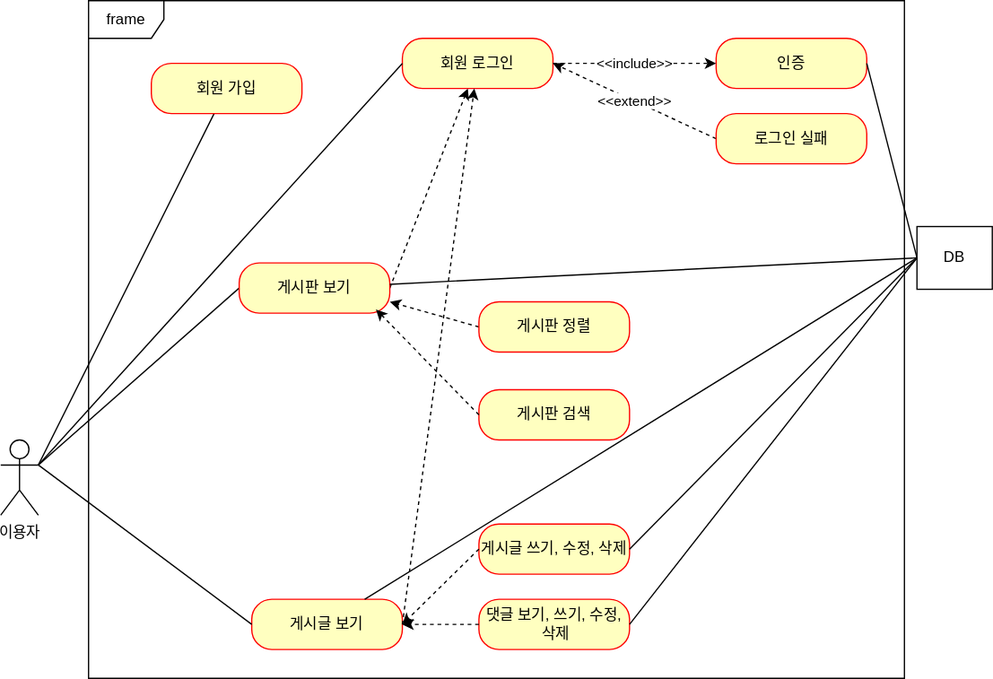
Earlier version of the draw.io export document/use-case.svg (ddangme/board). Source tidied: cells renumbered, new cells last; positions are measured from the earlier drawing's top-left corner, leaving out a move shared by most shapes.
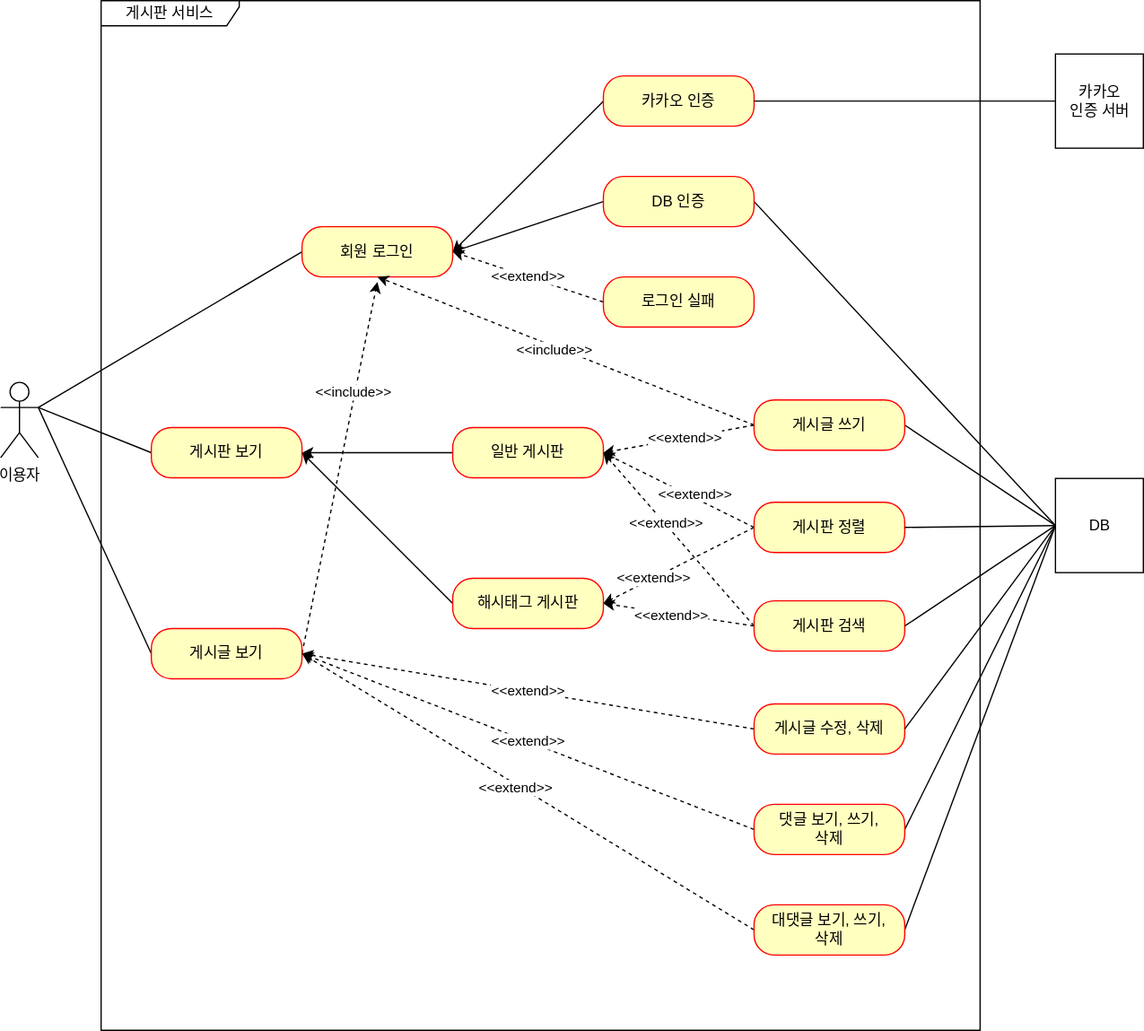
The same file after the commit.

Commit message:
docs: use-case update

#36

Diff of the diagram source:
```diff
@@ -2,101 +2,177 @@
   <root>
     <mxCell id="0" />
     <mxCell id="1" parent="0" />
-    <mxCell id="2" style="rounded=0;jettySize=auto;html=1;strokeColor=default;endArrow=none;endFill=0;" parent="1" edge="1" target="6">
-      <mxGeometry relative="1" as="geometry">
-        <mxPoint x="30" y="370" as="sourcePoint" />
-      </mxGeometry>
-    </mxCell>
-    <mxCell id="3" style="rounded=0;jettySize=auto;html=1;exitX=1;exitY=0.3333333333333333;exitDx=0;exitDy=0;exitPerimeter=0;entryX=0;entryY=0.5;entryDx=0;entryDy=0;endArrow=none;endFill=0;" parent="1" edge="1" source="4" target="8">
-      <mxGeometry relative="1" as="geometry" />
-    </mxCell>
     <mxCell id="4" value="이용자" style="shape=umlActor;verticalLabelPosition=bottom;verticalAlign=top;html=1;" parent="1" vertex="1">
-      <mxGeometry y="350" width="30" height="60" as="geometry" />
+      <mxGeometry x="20" y="384" width="30" height="60" as="geometry" />
     </mxCell>
-    <mxCell id="5" value="frame" style="shape=umlFrame;whiteSpace=wrap;html=1;" parent="1" vertex="1">
-      <mxGeometry x="70" width="650" height="540" as="geometry" />
-    </mxCell>
-    <mxCell id="6" value="회원 가입" style="rounded=1;whiteSpace=wrap;html=1;arcSize=40;fontColor=#000000;fillColor=#ffffc0;strokeColor=#ff0000;" parent="1" vertex="1">
-      <mxGeometry x="120" y="50" width="120" height="40" as="geometry" />
-    </mxCell>
-    <mxCell id="7" style="rounded=0;jettySize=auto;html=1;exitX=1;exitY=0.5;exitDx=0;exitDy=0;dashed=1;" parent="1" edge="1" source="8" target="10">
-      <mxGeometry relative="1" as="geometry" />
-    </mxCell>
+    <mxCell id="32" value="게시판 서비스" style="shape=umlFrame;whiteSpace=wrap;html=1;width=110;height=20;" parent="1" vertex="1">
+      <mxGeometry x="100" y="80" width="700" height="820" as="geometry" />
+    </mxCell>
+    <mxCell id="33" style="rounded=0;jettySize=auto;html=1;exitX=0;exitY=0.5;exitDx=0;exitDy=0;entryX=1;entryY=0.5;entryDx=0;entryDy=0;" parent="1" edge="1" source="34" target="8">
+      <mxGeometry relative="1" as="geometry" />
+    </mxCell>
+    <mxCell id="34" value="일반 게시판" style="rounded=1;whiteSpace=wrap;html=1;arcSize=40;fontColor=#000000;fillColor=#ffffc0;strokeColor=#ff0000;" parent="1" vertex="1">
+      <mxGeometry x="380" y="420" width="120" height="40" as="geometry" />
+    </mxCell>
+    <mxCell id="35" style="edgeStyle=none;rounded=0;jettySize=auto;html=1;exitX=0;exitY=0.5;exitDx=0;exitDy=0;entryX=1;entryY=0.3333333333333333;entryDx=0;entryDy=0;entryPerimeter=0;endArrow=none;endFill=0;" parent="1" edge="1" source="8" target="4">
+      <mxGeometry relative="1" as="geometry" />
+    </mxCell>
     <mxCell id="8" value="게시판 보기" style="rounded=1;whiteSpace=wrap;html=1;arcSize=40;fontColor=#000000;fillColor=#ffffc0;strokeColor=#ff0000;" parent="1" vertex="1">
-      <mxGeometry x="190" y="209" width="120" height="40" as="geometry" />
+      <mxGeometry x="140" y="420" width="120" height="40" as="geometry" />
     </mxCell>
+    <mxCell id="36" style="edgeStyle=none;rounded=0;jettySize=auto;html=1;exitX=0;exitY=0.5;exitDx=0;exitDy=0;endArrow=none;endFill=0;" parent="1" edge="1" source="9">
+      <mxGeometry relative="1" as="geometry">
+        <mxPoint x="50" y="404" as="targetPoint" />
+      </mxGeometry>
+    </mxCell>
+    <mxCell id="37" style="edgeStyle=none;rounded=0;jettySize=auto;html=1;exitX=1;exitY=0.5;exitDx=0;exitDy=0;dashed=1;endArrow=classic;endFill=1;" parent="1" edge="1" source="9">
+      <mxGeometry relative="1" as="geometry">
+        <mxPoint x="320" y="304" as="targetPoint" />
+      </mxGeometry>
+    </mxCell>
+    <mxCell id="38" value="&amp;lt;&amp;lt;include&amp;gt;&amp;gt;" style="edgeLabel;html=1;align=center;verticalAlign=middle;" parent="37" vertex="1">
+      <mxGeometry x="0.41" y="2" relative="1" as="geometry" />
+    </mxCell>
-    <mxCell id="9" value="게시글&amp;nbsp;보기" style="rounded=1;whiteSpace=wrap;html=1;arcSize=40;fontColor=#000000;fillColor=#ffffc0;strokeColor=#ff0000;" parent="1" vertex="1">
-      <mxGeometry x="200" y="477" width="120" height="40" as="geometry" />
+    <mxCell id="9" value="게시글 보기" style="rounded=1;whiteSpace=wrap;html=1;arcSize=40;fontColor=#000000;fillColor=#ffffc0;strokeColor=#ff0000;" parent="1" vertex="1">
+      <mxGeometry x="140" y="580" width="120" height="40" as="geometry" />
     </mxCell>
+    <mxCell id="39" style="edgeStyle=none;rounded=0;jettySize=auto;html=1;exitX=0;exitY=0.5;exitDx=0;exitDy=0;endArrow=none;endFill=0;" parent="1" edge="1" source="10">
+      <mxGeometry relative="1" as="geometry">
+        <mxPoint x="50" y="404" as="targetPoint" />
+      </mxGeometry>
+    </mxCell>
     <mxCell id="10" value="회원 로그인" style="rounded=1;whiteSpace=wrap;html=1;arcSize=40;fontColor=#000000;fillColor=#ffffc0;strokeColor=#ff0000;" parent="1" vertex="1">
-      <mxGeometry x="320" y="30" width="120" height="40" as="geometry" />
+      <mxGeometry x="260" y="260" width="120" height="40" as="geometry" />
     </mxCell>
-    <mxCell id="11" value="인증&lt;br&gt;" style="rounded=1;whiteSpace=wrap;html=1;arcSize=40;fontColor=#000000;fillColor=#ffffc0;strokeColor=#ff0000;" parent="1" vertex="1">
-      <mxGeometry x="570" y="30" width="120" height="40" as="geometry" />
-    </mxCell>
+    <mxCell id="40" style="edgeStyle=none;rounded=0;jettySize=auto;html=1;exitX=1;exitY=0.5;exitDx=0;exitDy=0;entryX=0;entryY=0.5;entryDx=0;entryDy=0;endArrow=none;endFill=0;" parent="1" edge="1" source="42" target="29">
+      <mxGeometry relative="1" as="geometry" />
+    </mxCell>
+    <mxCell id="41" style="edgeStyle=none;rounded=0;jettySize=auto;html=1;exitX=0;exitY=0.5;exitDx=0;exitDy=0;entryX=1;entryY=0.5;entryDx=0;entryDy=0;endArrow=classic;endFill=1;" parent="1" edge="1" source="42" target="10">
+      <mxGeometry relative="1" as="geometry" />
+    </mxCell>
+    <mxCell id="42" value="DB 인증" style="rounded=1;whiteSpace=wrap;html=1;arcSize=40;fontColor=#000000;fillColor=#ffffc0;strokeColor=#ff0000;" parent="1" vertex="1">
+      <mxGeometry x="500" y="220" width="120" height="40" as="geometry" />
+    </mxCell>
-    <mxCell id="12" value="&amp;lt;&amp;lt;extend&amp;gt;&amp;gt;" style="rounded=0;jettySize=auto;html=1;exitX=0;exitY=0.5;exitDx=0;exitDy=0;dashed=1;entryX=1;entryY=0.5;entryDx=0;entryDy=0;" parent="1" edge="1" source="13" target="10">
+    <mxCell id="12" value="&amp;lt;&amp;lt;extend&amp;gt;&amp;gt;" style="edgeStyle=none;rounded=0;jettySize=auto;html=1;exitX=0;exitY=0.5;exitDx=0;exitDy=0;entryX=1;entryY=0.5;entryDx=0;entryDy=0;endArrow=classic;endFill=1;dashed=1;" parent="1" edge="1" source="13" target="10">
       <mxGeometry relative="1" as="geometry" />
     </mxCell>
     <mxCell id="13" value="로그인 실패" style="rounded=1;whiteSpace=wrap;html=1;arcSize=40;fontColor=#000000;fillColor=#ffffc0;strokeColor=#ff0000;" parent="1" vertex="1">
-      <mxGeometry x="570" y="90" width="120" height="40" as="geometry" />
+      <mxGeometry x="500" y="300" width="120" height="40" as="geometry" />
     </mxCell>
-    <mxCell id="14" style="rounded=0;jettySize=auto;html=1;exitX=0;exitY=0.5;exitDx=0;exitDy=0;dashed=1;" parent="1" edge="1" source="15">
-      <mxGeometry relative="1" as="geometry">
-        <mxPoint x="310" y="240" as="targetPoint" />
-      </mxGeometry>
-    </mxCell>
+    <mxCell id="43" style="edgeStyle=none;rounded=0;jettySize=auto;html=1;exitX=0;exitY=0.5;exitDx=0;exitDy=0;entryX=1;entryY=0.5;entryDx=0;entryDy=0;dashed=1;endArrow=classic;endFill=1;" parent="1" edge="1" source="15" target="34">
+      <mxGeometry relative="1" as="geometry" />
+    </mxCell>
+    <mxCell id="44" value="&amp;lt;&amp;lt;extend&amp;gt;&amp;gt;" style="edgeLabel;html=1;align=center;verticalAlign=middle;" parent="43" vertex="1">
+      <mxGeometry x="-0.18" y="-3" relative="1" as="geometry" />
+    </mxCell>
+    <mxCell id="45" style="edgeStyle=none;rounded=0;jettySize=auto;html=1;exitX=0;exitY=0.5;exitDx=0;exitDy=0;entryX=1;entryY=0.5;entryDx=0;entryDy=0;dashed=1;" parent="1" edge="1" source="15" target="62">
+      <mxGeometry relative="1" as="geometry" />
+    </mxCell>
+    <mxCell id="46" value="&amp;lt;&amp;lt;extend&amp;gt;&amp;gt;" style="edgeLabel;html=1;align=center;verticalAlign=middle;" parent="45" vertex="1">
+      <mxGeometry x="0.33" relative="1" as="geometry">
+        <mxPoint x="-1" as="offset" />
+      </mxGeometry>
+    </mxCell>
     <mxCell id="15" value="게시판 정렬" style="rounded=1;whiteSpace=wrap;html=1;arcSize=40;fontColor=#000000;fillColor=#ffffc0;strokeColor=#ff0000;" parent="1" vertex="1">
-      <mxGeometry x="381" y="240" width="120" height="40" as="geometry" />
+      <mxGeometry x="620" y="479.5" width="120" height="40" as="geometry" />
     </mxCell>
+    <mxCell id="47" style="edgeStyle=none;rounded=0;jettySize=auto;html=1;exitX=0;exitY=0.5;exitDx=0;exitDy=0;dashed=1;endArrow=classic;endFill=1;entryX=1;entryY=0.5;entryDx=0;entryDy=0;" parent="1" edge="1" source="16" target="34">
+      <mxGeometry relative="1" as="geometry" />
+    </mxCell>
+    <mxCell id="48" value="&amp;lt;&amp;lt;extend&amp;gt;&amp;gt;" style="edgeLabel;html=1;align=center;verticalAlign=middle;" parent="47" vertex="1">
+      <mxGeometry x="0.18" y="-1" relative="1" as="geometry" />
+    </mxCell>
+    <mxCell id="49" style="edgeStyle=none;rounded=0;jettySize=auto;html=1;exitX=0;exitY=0.5;exitDx=0;exitDy=0;entryX=1;entryY=0.5;entryDx=0;entryDy=0;dashed=1;" parent="1" edge="1" source="16" target="62">
+      <mxGeometry relative="1" as="geometry" />
+    </mxCell>
+    <mxCell id="50" value="&amp;lt;&amp;lt;extend&amp;gt;&amp;gt;" style="edgeLabel;html=1;align=center;verticalAlign=middle;" parent="49" vertex="1">
+      <mxGeometry x="0.11" y="2" relative="1" as="geometry">
+        <mxPoint x="1" as="offset" />
+      </mxGeometry>
+    </mxCell>
     <mxCell id="16" value="게시판 검색" style="rounded=1;whiteSpace=wrap;html=1;arcSize=40;fontColor=#000000;fillColor=#ffffc0;strokeColor=#ff0000;" parent="1" vertex="1">
-      <mxGeometry x="381" y="310" width="120" height="40" as="geometry" />
+      <mxGeometry x="620" y="558" width="120" height="40" as="geometry" />
     </mxCell>
-    <mxCell id="17" value="게시글 쓰기, 수정, 삭제" style="rounded=1;whiteSpace=wrap;html=1;arcSize=40;fontColor=#000000;fillColor=#ffffc0;strokeColor=#ff0000;" parent="1" vertex="1">
-      <mxGeometry x="381" y="417" width="120" height="40" as="geometry" />
-    </mxCell>
-    <mxCell id="18" value="댓글 보기, 쓰기, 수정,&lt;br&gt;&amp;nbsp;삭제" style="rounded=1;whiteSpace=wrap;html=1;arcSize=40;fontColor=#000000;fillColor=#ffffc0;strokeColor=#ff0000;" parent="1" vertex="1">
-      <mxGeometry x="381" y="477" width="120" height="40" as="geometry" />
-    </mxCell>
-    <mxCell id="19" style="rounded=0;jettySize=auto;html=1;strokeColor=default;endArrow=none;endFill=0;entryX=0;entryY=0.5;entryDx=0;entryDy=0;" parent="1" edge="1" target="10">
-      <mxGeometry relative="1" as="geometry">
-        <mxPoint x="30" y="370" as="sourcePoint" />
-      </mxGeometry>
-    </mxCell>
-    <mxCell id="20" style="rounded=0;jettySize=auto;html=1;exitX=1;exitY=0.3333333333333333;exitDx=0;exitDy=0;exitPerimeter=0;entryX=0;entryY=0.5;entryDx=0;entryDy=0;endArrow=none;endFill=0;" parent="1" edge="1" source="4" target="9">
-      <mxGeometry relative="1" as="geometry" />
-    </mxCell>
-    <mxCell id="21" value="&amp;lt;&amp;lt;include&amp;gt;&amp;gt;" style="rounded=0;jettySize=auto;html=1;strokeColor=default;endArrow=classic;endFill=1;entryX=0;entryY=0.5;entryDx=0;entryDy=0;exitX=1;exitY=0.5;exitDx=0;exitDy=0;dashed=1;" parent="1" edge="1" source="10" target="11">
-      <mxGeometry relative="1" as="geometry" />
-    </mxCell>
-    <mxCell id="22" style="rounded=0;jettySize=auto;html=1;exitX=1;exitY=0.5;exitDx=0;exitDy=0;dashed=1;" parent="1" edge="1" source="9" target="10">
-      <mxGeometry relative="1" as="geometry" />
-    </mxCell>
-    <mxCell id="23" style="rounded=0;jettySize=auto;html=1;exitX=0;exitY=0.5;exitDx=0;exitDy=0;dashed=1;entryX=0.908;entryY=0.925;entryDx=0;entryDy=0;entryPerimeter=0;" parent="1" edge="1" source="16" target="8">
-      <mxGeometry relative="1" as="geometry" />
-    </mxCell>
-    <mxCell id="24" style="rounded=0;jettySize=auto;html=1;exitX=0;exitY=0.5;exitDx=0;exitDy=0;dashed=1;entryX=1;entryY=0.5;entryDx=0;entryDy=0;" parent="1" edge="1" source="18" target="9">
-      <mxGeometry relative="1" as="geometry" />
-    </mxCell>
-    <mxCell id="25" style="rounded=0;jettySize=auto;html=1;dashed=1;entryX=1;entryY=0.5;entryDx=0;entryDy=0;exitX=0;exitY=0.5;exitDx=0;exitDy=0;" parent="1" edge="1" source="17" target="9">
-      <mxGeometry relative="1" as="geometry" />
-    </mxCell>
-    <mxCell id="26" style="rounded=0;jettySize=auto;html=1;exitX=0;exitY=0.5;exitDx=0;exitDy=0;entryX=1;entryY=0.5;entryDx=0;entryDy=0;endArrow=none;endFill=0;" parent="1" edge="1" source="29" target="11">
-      <mxGeometry relative="1" as="geometry" />
-    </mxCell>
-    <mxCell id="27" style="rounded=0;jettySize=auto;html=1;exitX=0;exitY=0.5;exitDx=0;exitDy=0;endArrow=none;endFill=0;" parent="1" edge="1" source="29" target="8">
-      <mxGeometry relative="1" as="geometry" />
-    </mxCell>
-    <mxCell id="28" style="rounded=0;jettySize=auto;html=1;exitX=0;exitY=0.5;exitDx=0;exitDy=0;entryX=1;entryY=0.5;entryDx=0;entryDy=0;endArrow=none;endFill=0;" parent="1" edge="1" source="29" target="17">
-      <mxGeometry relative="1" as="geometry" />
-    </mxCell>
+    <mxCell id="51" value="&amp;lt;&amp;lt;extend&amp;gt;&amp;gt;" style="edgeStyle=none;rounded=0;jettySize=auto;html=1;exitX=0;exitY=0.5;exitDx=0;exitDy=0;entryX=1;entryY=0.5;entryDx=0;entryDy=0;dashed=1;endArrow=classic;endFill=1;" parent="1" edge="1" source="52" target="9">
+      <mxGeometry relative="1" as="geometry" />
+    </mxCell>
+    <mxCell id="52" value="게시글 수정, 삭제" style="rounded=1;whiteSpace=wrap;html=1;arcSize=40;fontColor=#000000;fillColor=#ffffc0;strokeColor=#ff0000;" parent="1" vertex="1">
+      <mxGeometry x="620" y="640" width="120" height="40" as="geometry" />
+    </mxCell>
+    <mxCell id="53" style="edgeStyle=none;rounded=0;jettySize=auto;html=1;exitX=0;exitY=0.5;exitDx=0;exitDy=0;dashed=1;endArrow=classic;endFill=1;entryX=1;entryY=0.5;entryDx=0;entryDy=0;" parent="1" edge="1" source="56" target="9">
+      <mxGeometry relative="1" as="geometry" />
+    </mxCell>
+    <mxCell id="54" value="&amp;lt;&amp;lt;extend&amp;gt;&amp;gt;" style="edgeLabel;html=1;align=center;verticalAlign=middle;" parent="53" vertex="1">
+      <mxGeometry x="0.01" relative="1" as="geometry" />
+    </mxCell>
+    <mxCell id="55" style="edgeStyle=none;rounded=0;jettySize=auto;html=1;exitX=1;exitY=0.5;exitDx=0;exitDy=0;endArrow=none;endFill=0;entryX=0;entryY=0.5;entryDx=0;entryDy=0;" parent="1" edge="1" source="56" target="29">
+      <mxGeometry relative="1" as="geometry" />
+    </mxCell>
+    <mxCell id="56" value="댓글 보기, 쓰기,&lt;br&gt;삭제" style="rounded=1;whiteSpace=wrap;html=1;arcSize=40;fontColor=#000000;fillColor=#ffffc0;strokeColor=#ff0000;" parent="1" vertex="1">
+      <mxGeometry x="620" y="720" width="120" height="40" as="geometry" />
+    </mxCell>
+    <mxCell id="57" style="edgeStyle=none;rounded=0;jettySize=auto;html=1;exitX=0;exitY=0.5;exitDx=0;exitDy=0;entryX=1;entryY=0.5;entryDx=0;entryDy=0;endArrow=none;endFill=0;" parent="1" edge="1" source="29" target="52">
+      <mxGeometry relative="1" as="geometry" />
+    </mxCell>
+    <mxCell id="58" style="edgeStyle=none;rounded=0;jettySize=auto;html=1;exitX=0;exitY=0.5;exitDx=0;exitDy=0;entryX=1;entryY=0.5;entryDx=0;entryDy=0;endArrow=none;endFill=0;" parent="1" edge="1" source="29" target="16">
+      <mxGeometry relative="1" as="geometry" />
+    </mxCell>
+    <mxCell id="59" style="edgeStyle=none;rounded=0;jettySize=auto;html=1;exitX=0;exitY=0.5;exitDx=0;exitDy=0;entryX=1;entryY=0.5;entryDx=0;entryDy=0;endArrow=none;endFill=0;" parent="1" edge="1" source="29" target="15">
+      <mxGeometry relative="1" as="geometry" />
+    </mxCell>
+    <mxCell id="60" style="edgeStyle=none;rounded=0;jettySize=auto;html=1;exitX=0;exitY=0.5;exitDx=0;exitDy=0;entryX=1;entryY=0.5;entryDx=0;entryDy=0;endArrow=none;endFill=0;" parent="1" edge="1" source="29" target="68">
+      <mxGeometry relative="1" as="geometry" />
+    </mxCell>
-    <mxCell id="29" value="DB" style="html=1;whiteSpace=wrap;" parent="1" vertex="1">
-      <mxGeometry x="730" y="180" width="60" height="50" as="geometry" />
+    <mxCell id="29" value="DB" style="html=1;" parent="1" vertex="1">
+      <mxGeometry x="860" y="460.5" width="70" height="75" as="geometry" />
     </mxCell>
-    <mxCell id="30" style="rounded=0;jettySize=auto;html=1;exitX=0;exitY=0.5;exitDx=0;exitDy=0;endArrow=none;endFill=0;entryX=0.75;entryY=0;entryDx=0;entryDy=0;" parent="1" edge="1" source="29" target="9">
-      <mxGeometry relative="1" as="geometry" />
-    </mxCell>
-    <mxCell id="31" style="rounded=0;jettySize=auto;html=1;exitX=0;exitY=0.5;exitDx=0;exitDy=0;entryX=1;entryY=0.5;entryDx=0;entryDy=0;endArrow=none;endFill=0;" parent="1" edge="1" source="29" target="18">
-      <mxGeometry relative="1" as="geometry" />
-    </mxCell>
+    <mxCell id="61" style="jettySize=auto;html=1;exitX=0;exitY=0.5;exitDx=0;exitDy=0;entryX=1;entryY=0.5;entryDx=0;entryDy=0;rounded=0;" parent="1" edge="1" source="62" target="8">
+      <mxGeometry relative="1" as="geometry" />
+    </mxCell>
+    <mxCell id="62" value="해시태그 게시판" style="rounded=1;whiteSpace=wrap;html=1;arcSize=40;fontColor=#000000;fillColor=#ffffc0;strokeColor=#ff0000;" parent="1" vertex="1">
+      <mxGeometry x="380" y="540" width="120" height="40" as="geometry" />
+    </mxCell>
+    <mxCell id="63" style="edgeStyle=none;rounded=0;orthogonalLoop=1;jettySize=auto;html=1;exitX=0;exitY=0.5;exitDx=0;exitDy=0;" parent="1" edge="1" source="16" target="16">
+      <mxGeometry relative="1" as="geometry" />
+    </mxCell>
+    <mxCell id="64" style="edgeStyle=none;rounded=0;jettySize=auto;html=1;exitX=0;exitY=0.5;exitDx=0;exitDy=0;entryX=1;entryY=0.5;entryDx=0;entryDy=0;dashed=1;" parent="1" edge="1" source="68" target="34">
+      <mxGeometry relative="1" as="geometry" />
+    </mxCell>
+    <mxCell id="65" value="&amp;lt;&amp;lt;extend&amp;gt;&amp;gt;" style="edgeLabel;html=1;align=center;verticalAlign=middle;" parent="64" vertex="1">
+      <mxGeometry x="-0.09" y="-1" relative="1" as="geometry" />
+    </mxCell>
+    <mxCell id="66" style="edgeStyle=none;rounded=0;jettySize=auto;html=1;exitX=0;exitY=0.5;exitDx=0;exitDy=0;entryX=0.5;entryY=1;entryDx=0;entryDy=0;endArrow=classic;endFill=1;dashed=1;" parent="1" edge="1" source="68" target="10">
+      <mxGeometry relative="1" as="geometry" />
+    </mxCell>
+    <mxCell id="67" value="&amp;lt;&amp;lt;include&amp;gt;&amp;gt;" style="edgeLabel;html=1;align=center;verticalAlign=middle;" parent="66" vertex="1">
+      <mxGeometry x="0.06" y="2" relative="1" as="geometry" />
+    </mxCell>
+    <mxCell id="68" value="게시글 쓰기" style="rounded=1;whiteSpace=wrap;html=1;arcSize=40;fontColor=#000000;fillColor=#ffffc0;strokeColor=#ff0000;" parent="1" vertex="1">
+      <mxGeometry x="620" y="398" width="120" height="40" as="geometry" />
+    </mxCell>
+    <mxCell id="69" style="edgeStyle=none;rounded=0;jettySize=auto;html=1;exitX=0;exitY=0.5;exitDx=0;exitDy=0;entryX=1;entryY=0.5;entryDx=0;entryDy=0;endArrow=classic;endFill=1;dashed=1;" parent="1" edge="1" source="72" target="9">
+      <mxGeometry relative="1" as="geometry" />
+    </mxCell>
+    <mxCell id="70" value="&amp;lt;&amp;lt;extend&amp;gt;&amp;gt;" style="edgeLabel;html=1;align=center;verticalAlign=middle;" parent="69" vertex="1">
+      <mxGeometry x="0.05" y="3" relative="1" as="geometry" />
+    </mxCell>
+    <mxCell id="71" style="edgeStyle=none;rounded=0;jettySize=auto;html=1;exitX=1;exitY=0.5;exitDx=0;exitDy=0;entryX=0;entryY=0.5;entryDx=0;entryDy=0;endArrow=none;endFill=0;" parent="1" edge="1" source="72" target="29">
+      <mxGeometry relative="1" as="geometry" />
+    </mxCell>
+    <mxCell id="72" value="대댓글 보기, 쓰기,&lt;br&gt;삭제" style="rounded=1;whiteSpace=wrap;html=1;arcSize=40;fontColor=#000000;fillColor=#ffffc0;strokeColor=#ff0000;" parent="1" vertex="1">
+      <mxGeometry x="620" y="800" width="120" height="40" as="geometry" />
+    </mxCell>
+    <mxCell id="73" style="rounded=0;jettySize=auto;html=1;exitX=0;exitY=0.5;exitDx=0;exitDy=0;entryX=1;entryY=0.5;entryDx=0;entryDy=0;endArrow=classic;endFill=1;" parent="1" edge="1" source="74" target="10">
+      <mxGeometry relative="1" as="geometry" />
+    </mxCell>
+    <mxCell id="74" value="카카오 인증" style="rounded=1;whiteSpace=wrap;html=1;arcSize=40;fontColor=#000000;fillColor=#ffffc0;strokeColor=#ff0000;" parent="1" vertex="1">
+      <mxGeometry x="500" y="140" width="120" height="40" as="geometry" />
+    </mxCell>
+    <mxCell id="75" style="edgeStyle=orthogonalEdgeStyle;rounded=0;jettySize=auto;html=1;exitX=0;exitY=0.5;exitDx=0;exitDy=0;entryX=1;entryY=0.5;entryDx=0;entryDy=0;endArrow=none;endFill=0;" parent="1" edge="1" source="76" target="74">
+      <mxGeometry relative="1" as="geometry" />
+    </mxCell>
+    <mxCell id="76" value="카카오&lt;br&gt;인증 서버" style="html=1;" parent="1" vertex="1">
+      <mxGeometry x="860" y="122.5" width="70" height="75" as="geometry" />
+    </mxCell>
   </root>
 </mxGraphModel>
```
